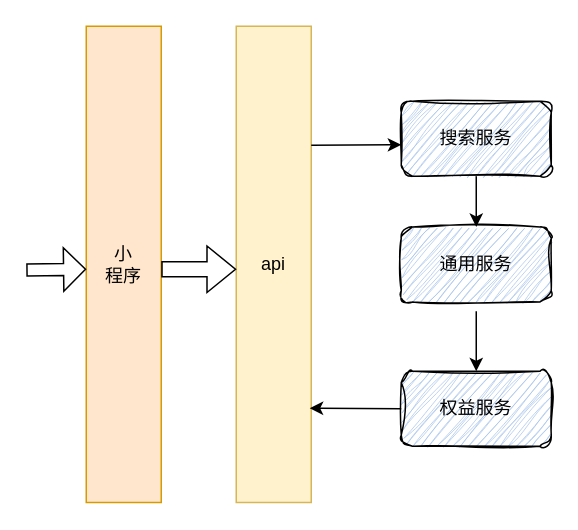
Before: page "第 5 页" (5 of 5) of 晋升.drawio in VilaNan/tsxxx.github.io, a draw.io diagram. Source tidied: cells renumbered, new cells numbered last; positions are measured from the earlier drawing's top-left corner, leaving out a move shared by most shapes. Both pictures are drawn from the tidied source at 150%, with x=0, y=0 at pixel (26, 26).
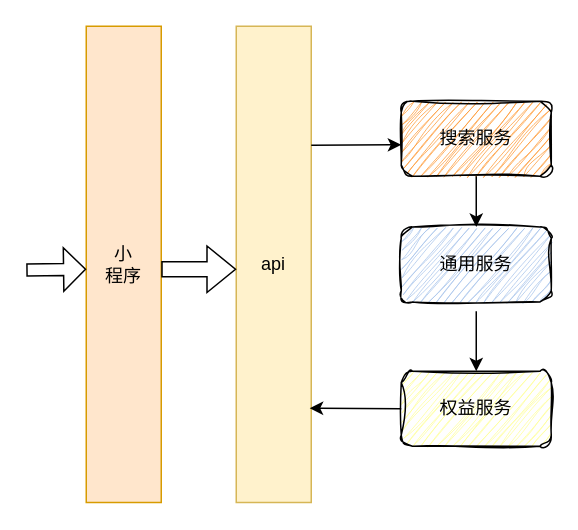
The same diagram, later.

Diff of the diagram source:
```diff
@@
 <mxGraphModel>
   <root>
     <mxCell id="0" />
     <mxCell id="1" parent="0" />
     <mxCell id="2" value="小&lt;div&gt;程序&lt;/div&gt;" style="rounded=0;whiteSpace=wrap;html=1;direction=south;fillColor=#ffe6cc;strokeColor=#d79b00;" parent="1" vertex="1">
       <mxGeometry x="40" width="50" height="317.5" as="geometry" />
     </mxCell>
     <mxCell id="3" value="api" style="rounded=0;whiteSpace=wrap;html=1;direction=south;fillColor=#fff2cc;strokeColor=#d6b656;" parent="1" vertex="1">
       <mxGeometry x="140" width="50" height="317.5" as="geometry" />
     </mxCell>
-    <mxCell id="4" value="搜索服务" style="rounded=1;whiteSpace=wrap;html=1;fillColor=#A9C4EB;sketch=1;curveFitting=1;jiggle=2;" parent="1" vertex="1">
+    <mxCell id="4" value="搜索服务" style="rounded=1;whiteSpace=wrap;html=1;fillColor=#FF9933;sketch=1;curveFitting=1;jiggle=2;" parent="1" vertex="1">
       <mxGeometry x="250" y="50" width="100" height="50" as="geometry" />
     </mxCell>
     <mxCell id="5" style="shape=flexArrow;endArrow=classic;html=1;rounded=0;entryX=0.5;entryY=1;entryDx=0;entryDy=0;width=8;endSize=4.54;" parent="1" edge="1">
       <mxGeometry relative="1" as="geometry">
         <mxPoint y="162.5" as="sourcePoint" />
         <mxPoint x="40" y="162" as="targetPoint" />
       </mxGeometry>
     </mxCell>
     <mxCell id="6" style="shape=flexArrow;endArrow=classic;html=1;rounded=0;" parent="1" edge="1">
       <mxGeometry relative="1" as="geometry">
         <mxPoint x="90" y="162" as="sourcePoint" />
         <mxPoint x="140" y="162" as="targetPoint" />
       </mxGeometry>
     </mxCell>
     <mxCell id="7" value="通用服务" style="whiteSpace=wrap;html=1;fillColor=#A9C4EB;shadow=0;gradientColor=none;fillStyle=hatch;gradientDirection=radial;rounded=1;glass=0;sketch=1;curveFitting=1;jiggle=2;" parent="1" vertex="1">
       <mxGeometry x="250" y="133.8" width="100" height="50" as="geometry" />
     </mxCell>
-    <mxCell id="8" value="权益服务" style="whiteSpace=wrap;html=1;fillColor=#A9C4EB;shadow=0;gradientColor=none;fillStyle=hatch;gradientDirection=radial;rounded=1;glass=0;sketch=1;curveFitting=1;jiggle=2;" parent="1" vertex="1">
+    <mxCell id="8" value="权益服务" style="whiteSpace=wrap;html=1;fillColor=#FFFF99;shadow=0;gradientColor=none;fillStyle=hatch;gradientDirection=radial;rounded=1;glass=0;sketch=1;curveFitting=1;jiggle=2;" parent="1" vertex="1">
       <mxGeometry x="250" y="230" width="100" height="50" as="geometry" />
     </mxCell>
     <mxCell id="9" style="endArrow=classic;html=1;rounded=0;exitX=0.25;exitY=0;exitDx=0;exitDy=0;" parent="1" edge="1" source="3">
       <mxGeometry relative="1" as="geometry">
         <mxPoint x="250" y="79" as="targetPoint" />
       </mxGeometry>
     </mxCell>
     <mxCell id="10" style="endArrow=classic;html=1;rounded=0;entryX=0.5;entryY=0;entryDx=0;entryDy=0;exitX=0.5;exitY=1;exitDx=0;exitDy=0;" parent="1" edge="1" source="4" target="7">
       <mxGeometry relative="1" as="geometry" />
     </mxCell>
     <mxCell id="11" style="endArrow=classic;html=1;rounded=0;entryX=0.5;entryY=0;entryDx=0;entryDy=0;" parent="1" edge="1" target="8">
       <mxGeometry relative="1" as="geometry">
         <mxPoint x="300" y="190" as="sourcePoint" />
       </mxGeometry>
     </mxCell>
     <mxCell id="12" style="endArrow=classic;html=1;rounded=0;exitX=0;exitY=0.5;exitDx=0;exitDy=0;entryX=0.802;entryY=0.02;entryDx=0;entryDy=0;entryPerimeter=0;" parent="1" edge="1" source="8" target="3">
       <mxGeometry relative="1" as="geometry" />
     </mxCell>
   </root>
 </mxGraphModel>
```
